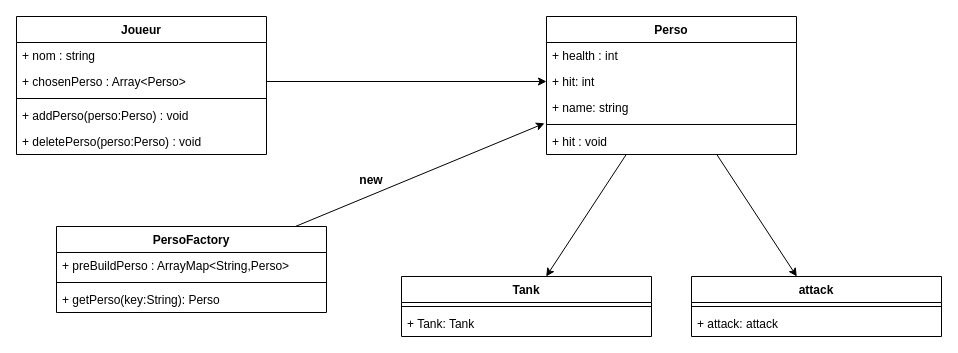
hamzarzine2/fighter_anime keeps this draw.io diagram as doc/classes.drawio. Above is the earlier version. Source tidied: cells renumbered, new cells numbered last; positions are measured from the earlier drawing's top-left corner, leaving out a move shared by most shapes. Both pictures are drawn from the tidied source at 100%, with x=0, y=0 at pixel (16, 16).
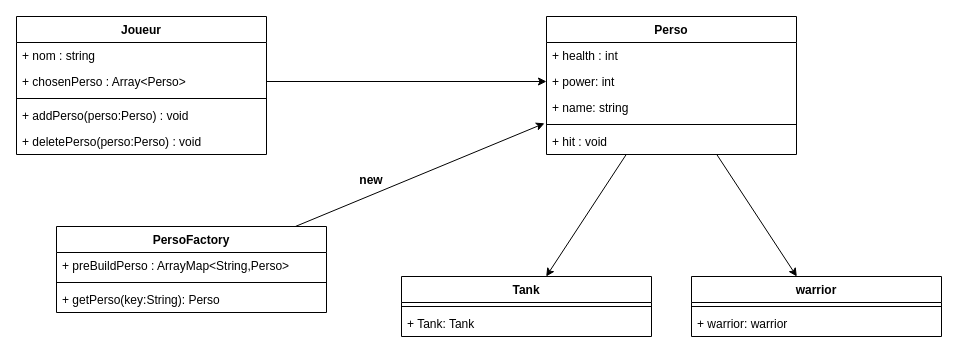
The same diagram, later.

The change refers to these unchanged cells:
```xml
<mxCell id="4" value="Perso" style="swimlane;fontStyle=1;align=center;verticalAlign=top;horizontal=1;startSize=26;" parent="1" vertex="1">
  <mxGeometry x="530" width="250" height="138" as="geometry" />
</mxCell>
```

Diff of the diagram source:
```diff
@@
-    <mxCell id="6" value="+ hit: int " style="text;strokeColor=none;fillColor=none;align=left;verticalAlign=top;spacingLeft=4;spacingRight=4;overflow=hidden;points=[[0,0.5],[1,0.5]];portConstraint=eastwest;" parent="4" vertex="1">
+    <mxCell id="6" value="+ power: int " style="text;strokeColor=none;fillColor=none;align=left;verticalAlign=top;spacingLeft=4;spacingRight=4;overflow=hidden;points=[[0,0.5],[1,0.5]];portConstraint=eastwest;" parent="4" vertex="1">
       <mxGeometry y="52" width="250" height="26" as="geometry" />
     </mxCell>
@@
-    <mxCell id="20" value="attack" style="swimlane;fontStyle=1;align=center;verticalAlign=top;horizontal=1;startSize=26;" parent="1" vertex="1">
+    <mxCell id="20" value="warrior" style="swimlane;fontStyle=1;align=center;verticalAlign=top;horizontal=1;startSize=26;" parent="1" vertex="1">
       <mxGeometry x="675" y="260" width="250" height="60" as="geometry" />
     </mxCell>
@@
-    <mxCell id="22" value="+ attack: attack" style="text;strokeColor=none;fillColor=none;align=left;verticalAlign=top;spacingLeft=4;spacingRight=4;overflow=hidden;" parent="20" vertex="1">
+    <mxCell id="22" value="+ warrior: warrior" style="text;strokeColor=none;fillColor=none;align=left;verticalAlign=top;spacingLeft=4;spacingRight=4;overflow=hidden;" parent="20" vertex="1">
       <mxGeometry y="34" width="250" height="26" as="geometry" />
     </mxCell>
```
